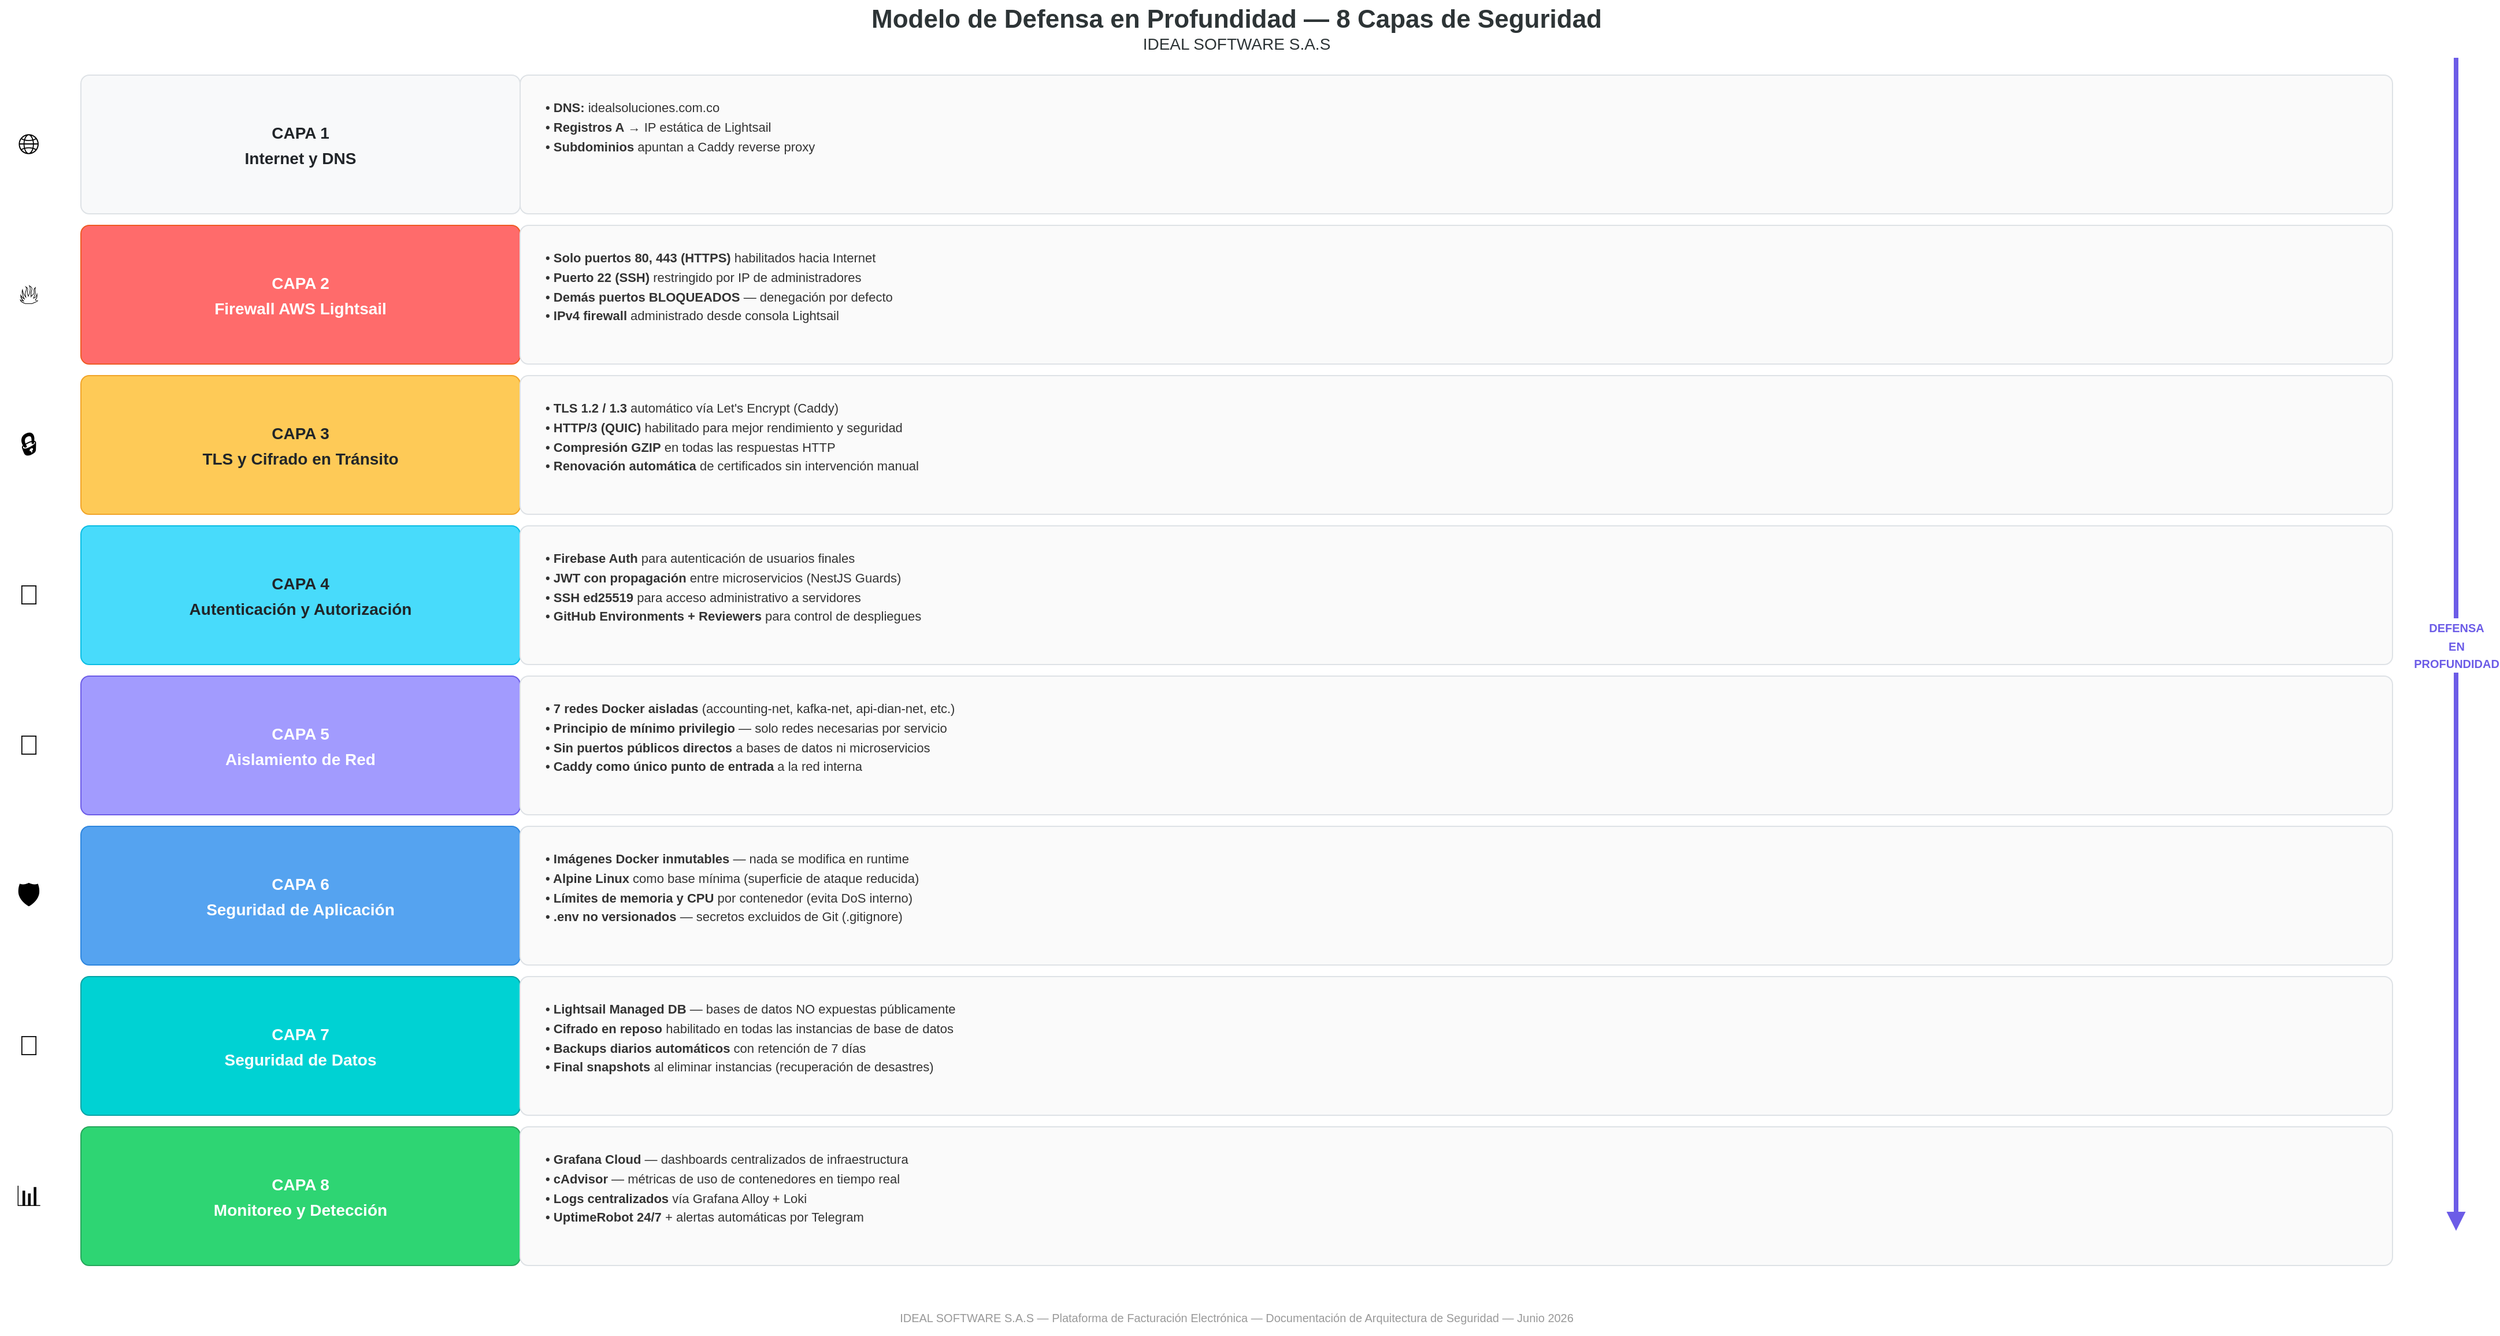
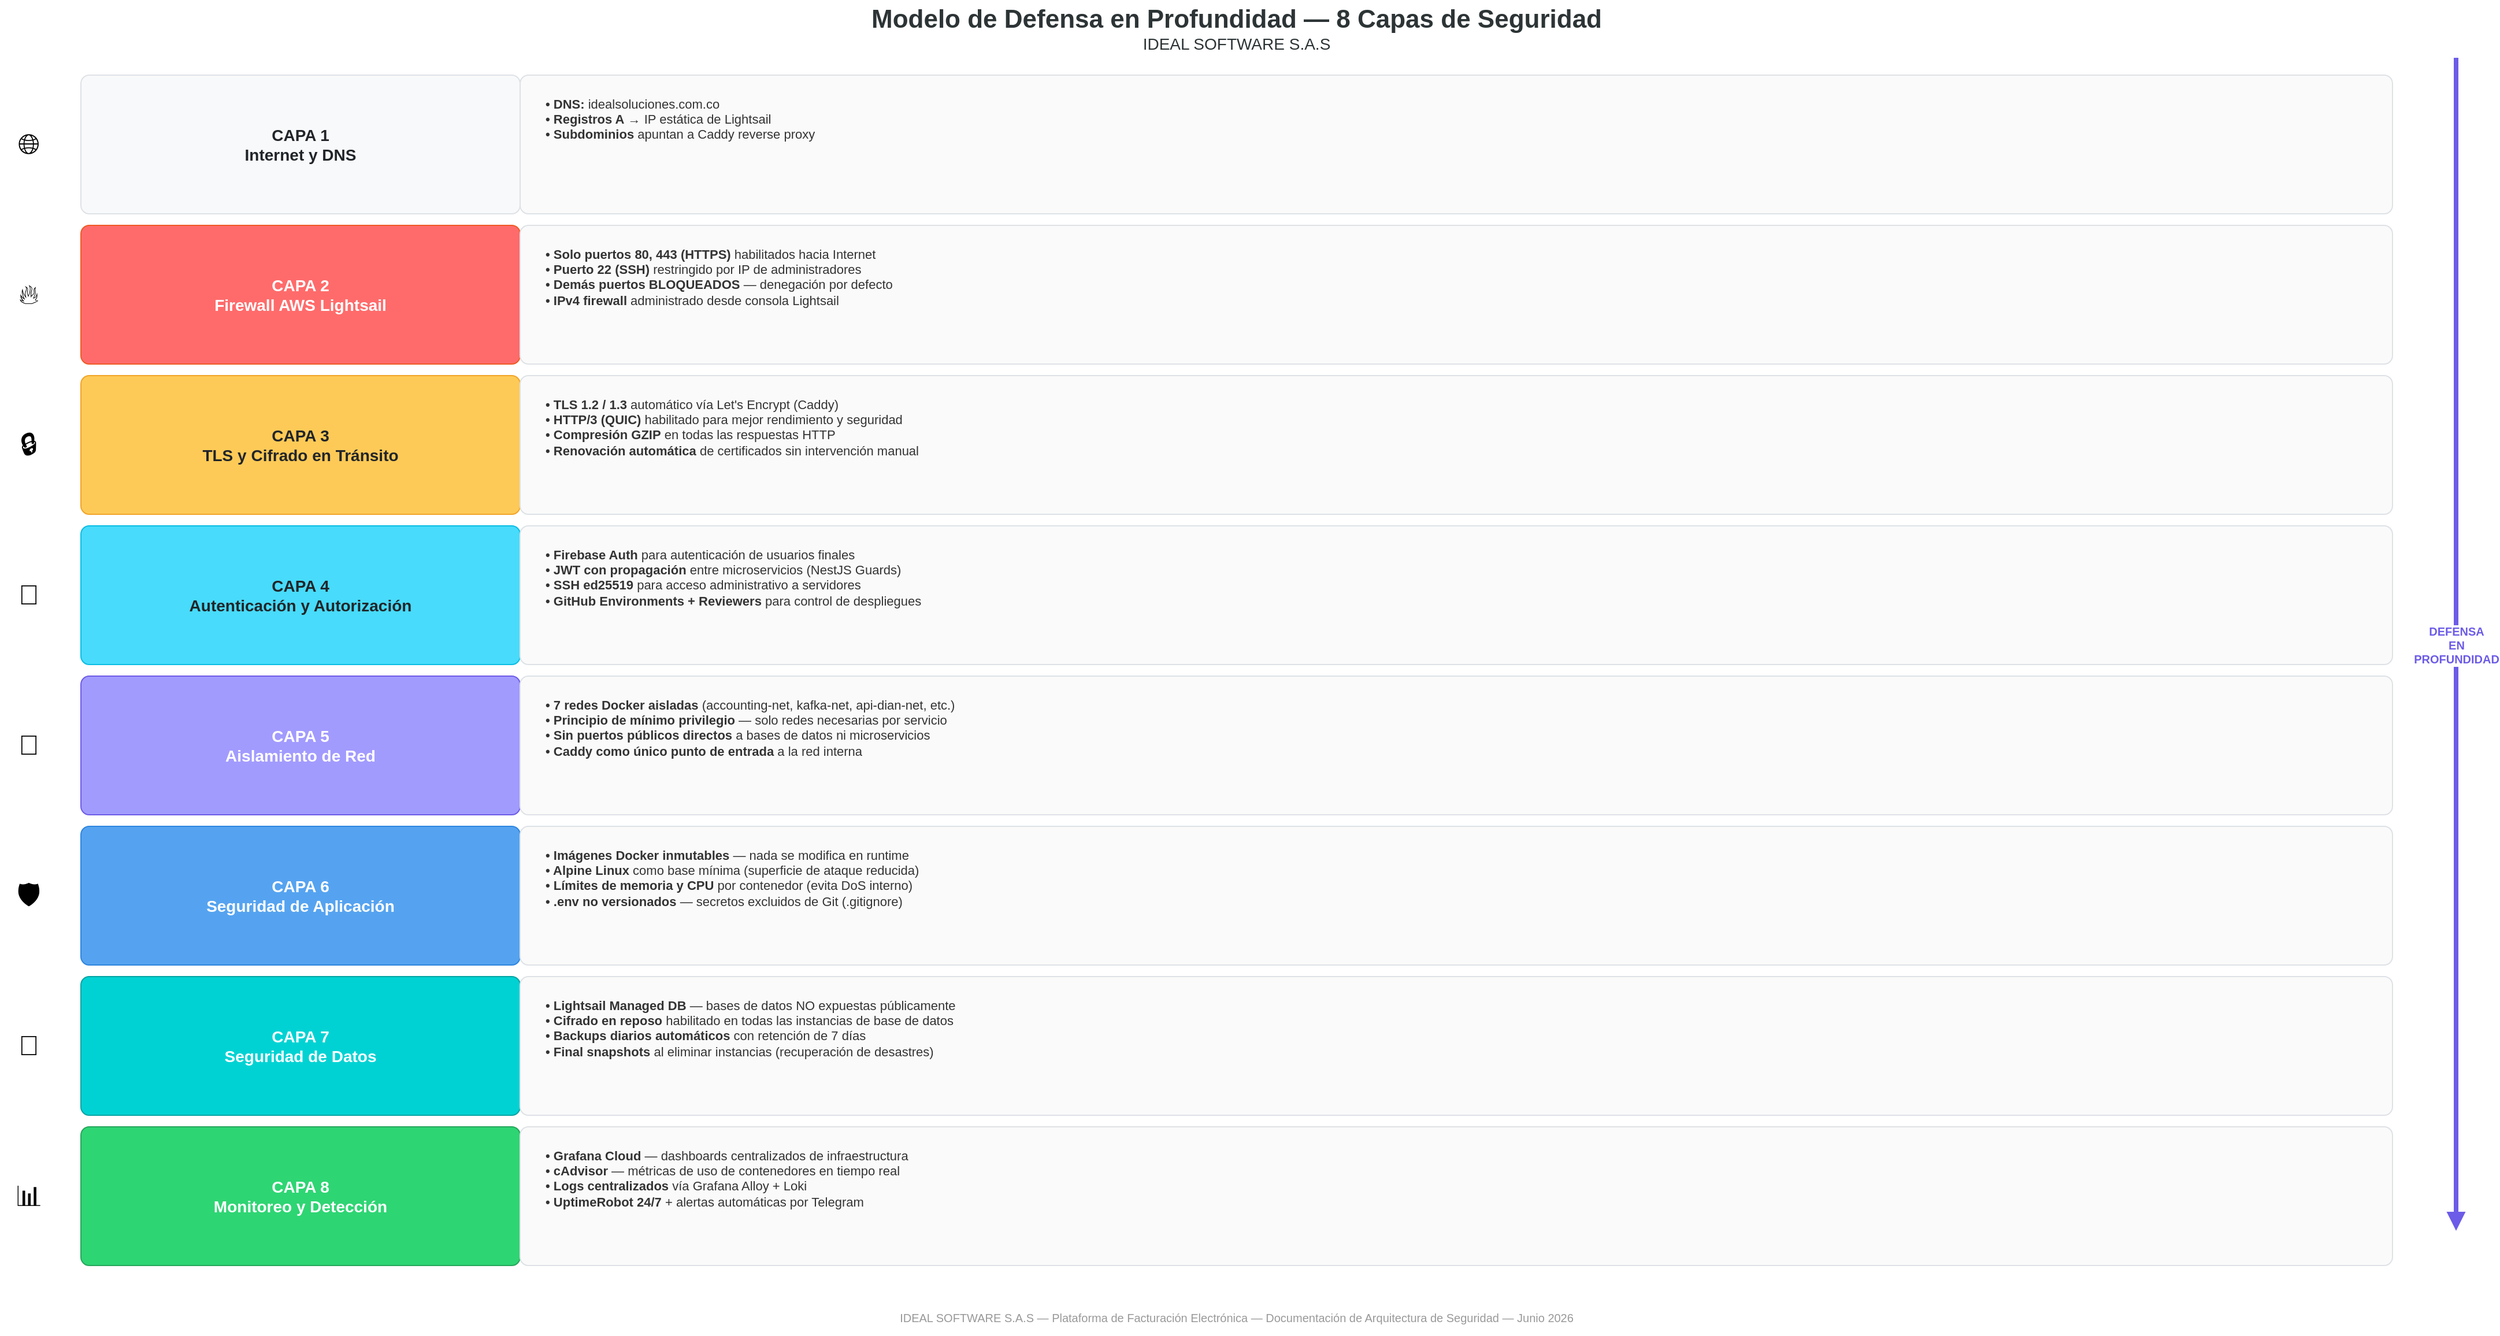
<mxfile host="app.diagrams.net" modified="2026-06-20T00:00:00.000Z" agent="drawio" version="21.0.0">
  <diagram name="Defensa en Profundidad" id="defense-in-depth">
-     <mxGraphModel dx="2200" dy="1800" grid="1" gridSize="10" guides="1" tooltips="1" connect="1" arrows="1" fold="1" page="1" pageScale="1" pageWidth="2860" pageHeight="2340" math="0" shadow="0">
+     <mxGraphModel dx="2200" dy="1800" grid="1" gridSize="10" guides="1" tooltips="1" connect="1" arrows="1" fold="1" page="1" pageScale="1" pageWidth="2200" pageHeight="1800" math="0" shadow="0">
      <root>
        <mxCell id="0" />
        <mxCell id="1" parent="0" />

        <!-- Title -->
        <mxCell id="title" value="&lt;font style=&quot;font-size: 22px;&quot;&gt;&lt;b&gt;Modelo de Defensa en Profundidad — 8 Capas de Seguridad&lt;/b&gt;&lt;/font&gt;&lt;br&gt;&lt;font style=&quot;font-size: 14px;&quot;&gt;IDEAL SOFTWARE S.A.S&lt;/font&gt;" style="text;html=1;strokeColor=none;fillColor=none;align=center;verticalAlign=middle;whiteSpace=wrap;fontColor=#2d3436;" vertex="1" parent="1">
          <mxGeometry x="110" y="15" width="2000" height="50" as="geometry" />
        </mxCell>

        <!-- Layer 1: Internet y DNS -->
-         <mxCell id="l1-left" value="&lt;font style=&quot;font-size: 14px;&quot;&gt;&lt;b&gt;CAPA 1&lt;/b&gt;&lt;br&gt;Internet y DNS&lt;/font&gt;" style="rounded=1;whiteSpace=wrap;html=1;fillColor=#f8f9fa;strokeColor=#dee2e6;fontColor=#212529;fontSize=18;fontStyle=1;arcSize=6;align=center;verticalAlign=middle;" vertex="1" parent="1">
+         <mxCell id="l1-left" value="&lt;font style=&quot;font-size: 14px;&quot;&gt;&lt;b&gt;CAPA 1&lt;/b&gt;&lt;br&gt;Internet y DNS&lt;/font&gt;" style="rounded=1;whiteSpace=wrap;html=1;fillColor=#f8f9fa;strokeColor=#dee2e6;fontColor=#212529;fontSize=14;fontStyle=1;arcSize=6;align=center;verticalAlign=middle;" vertex="1" parent="1">
          <mxGeometry x="110" y="80" width="380" height="120" as="geometry" />
        </mxCell>
-         <mxCell id="l1-right" value="&lt;font style=&quot;font-size: 11px;&quot;&gt;&lt;b&gt;• DNS:&lt;/b&gt; idealsoluciones.com.co&lt;br&gt;&lt;b&gt;• Registros A&lt;/b&gt; → IP estática de Lightsail&lt;br&gt;&lt;b&gt;• Subdominios&lt;/b&gt; apuntan a Caddy reverse proxy&lt;/font&gt;" style="rounded=1;whiteSpace=wrap;html=1;fillColor=#FAFAFA;strokeColor=#dee2e6;fontColor=#333333;fontSize=14;arcSize=6;align=left;verticalAlign=top;spacingLeft=20;spacingTop=12;" vertex="1" parent="1">
+         <mxCell id="l1-right" value="&lt;font style=&quot;font-size: 11px;&quot;&gt;&lt;b&gt;• DNS:&lt;/b&gt; idealsoluciones.com.co&lt;br&gt;&lt;b&gt;• Registros A&lt;/b&gt; → IP estática de Lightsail&lt;br&gt;&lt;b&gt;• Subdominios&lt;/b&gt; apuntan a Caddy reverse proxy&lt;/font&gt;" style="rounded=1;whiteSpace=wrap;html=1;fillColor=#FAFAFA;strokeColor=#dee2e6;fontColor=#333333;fontSize=11;arcSize=6;align=left;verticalAlign=top;spacingLeft=20;spacingTop=12;" vertex="1" parent="1">
          <mxGeometry x="490" y="80" width="1620" height="120" as="geometry" />
        </mxCell>

        <!-- Layer 2: Firewall AWS Lightsail -->
-         <mxCell id="l2-left" value="&lt;font style=&quot;font-size: 14px;&quot;&gt;&lt;b&gt;CAPA 2&lt;/b&gt;&lt;br&gt;Firewall AWS Lightsail&lt;/font&gt;" style="rounded=1;whiteSpace=wrap;html=1;fillColor=#ff6b6b;strokeColor=#ee5a24;fontColor=#ffffff;fontSize=18;fontStyle=1;arcSize=6;align=center;verticalAlign=middle;" vertex="1" parent="1">
+         <mxCell id="l2-left" value="&lt;font style=&quot;font-size: 14px;&quot;&gt;&lt;b&gt;CAPA 2&lt;/b&gt;&lt;br&gt;Firewall AWS Lightsail&lt;/font&gt;" style="rounded=1;whiteSpace=wrap;html=1;fillColor=#ff6b6b;strokeColor=#ee5a24;fontColor=#ffffff;fontSize=14;fontStyle=1;arcSize=6;align=center;verticalAlign=middle;" vertex="1" parent="1">
          <mxGeometry x="110" y="210" width="380" height="120" as="geometry" />
        </mxCell>
-         <mxCell id="l2-right" value="&lt;font style=&quot;font-size: 11px;&quot;&gt;&lt;b&gt;• Solo puertos 80, 443 (HTTPS)&lt;/b&gt; habilitados hacia Internet&lt;br&gt;&lt;b&gt;• Puerto 22 (SSH)&lt;/b&gt; restringido por IP de administradores&lt;br&gt;&lt;b&gt;• Demás puertos BLOQUEADOS&lt;/b&gt; — denegación por defecto&lt;br&gt;&lt;b&gt;• IPv4 firewall&lt;/b&gt; administrado desde consola Lightsail&lt;/font&gt;" style="rounded=1;whiteSpace=wrap;html=1;fillColor=#FAFAFA;strokeColor=#dee2e6;fontColor=#333333;fontSize=14;arcSize=6;align=left;verticalAlign=top;spacingLeft=20;spacingTop=12;" vertex="1" parent="1">
+         <mxCell id="l2-right" value="&lt;font style=&quot;font-size: 11px;&quot;&gt;&lt;b&gt;• Solo puertos 80, 443 (HTTPS)&lt;/b&gt; habilitados hacia Internet&lt;br&gt;&lt;b&gt;• Puerto 22 (SSH)&lt;/b&gt; restringido por IP de administradores&lt;br&gt;&lt;b&gt;• Demás puertos BLOQUEADOS&lt;/b&gt; — denegación por defecto&lt;br&gt;&lt;b&gt;• IPv4 firewall&lt;/b&gt; administrado desde consola Lightsail&lt;/font&gt;" style="rounded=1;whiteSpace=wrap;html=1;fillColor=#FAFAFA;strokeColor=#dee2e6;fontColor=#333333;fontSize=11;arcSize=6;align=left;verticalAlign=top;spacingLeft=20;spacingTop=12;" vertex="1" parent="1">
          <mxGeometry x="490" y="210" width="1620" height="120" as="geometry" />
        </mxCell>

        <!-- Layer 3: TLS y Cifrado en Tránsito -->
-         <mxCell id="l3-left" value="&lt;font style=&quot;font-size: 14px;&quot;&gt;&lt;b&gt;CAPA 3&lt;/b&gt;&lt;br&gt;TLS y Cifrado en Tránsito&lt;/font&gt;" style="rounded=1;whiteSpace=wrap;html=1;fillColor=#feca57;strokeColor=#f1a428;fontColor=#212529;fontSize=18;fontStyle=1;arcSize=6;align=center;verticalAlign=middle;" vertex="1" parent="1">
+         <mxCell id="l3-left" value="&lt;font style=&quot;font-size: 14px;&quot;&gt;&lt;b&gt;CAPA 3&lt;/b&gt;&lt;br&gt;TLS y Cifrado en Tránsito&lt;/font&gt;" style="rounded=1;whiteSpace=wrap;html=1;fillColor=#feca57;strokeColor=#f1a428;fontColor=#212529;fontSize=14;fontStyle=1;arcSize=6;align=center;verticalAlign=middle;" vertex="1" parent="1">
          <mxGeometry x="110" y="340" width="380" height="120" as="geometry" />
        </mxCell>
-         <mxCell id="l3-right" value="&lt;font style=&quot;font-size: 11px;&quot;&gt;&lt;b&gt;• TLS 1.2 / 1.3&lt;/b&gt; automático vía Let's Encrypt (Caddy)&lt;br&gt;&lt;b&gt;• HTTP/3 (QUIC)&lt;/b&gt; habilitado para mejor rendimiento y seguridad&lt;br&gt;&lt;b&gt;• Compresión GZIP&lt;/b&gt; en todas las respuestas HTTP&lt;br&gt;&lt;b&gt;• Renovación automática&lt;/b&gt; de certificados sin intervención manual&lt;/font&gt;" style="rounded=1;whiteSpace=wrap;html=1;fillColor=#FAFAFA;strokeColor=#dee2e6;fontColor=#333333;fontSize=14;arcSize=6;align=left;verticalAlign=top;spacingLeft=20;spacingTop=12;" vertex="1" parent="1">
+         <mxCell id="l3-right" value="&lt;font style=&quot;font-size: 11px;&quot;&gt;&lt;b&gt;• TLS 1.2 / 1.3&lt;/b&gt; automático vía Let's Encrypt (Caddy)&lt;br&gt;&lt;b&gt;• HTTP/3 (QUIC)&lt;/b&gt; habilitado para mejor rendimiento y seguridad&lt;br&gt;&lt;b&gt;• Compresión GZIP&lt;/b&gt; en todas las respuestas HTTP&lt;br&gt;&lt;b&gt;• Renovación automática&lt;/b&gt; de certificados sin intervención manual&lt;/font&gt;" style="rounded=1;whiteSpace=wrap;html=1;fillColor=#FAFAFA;strokeColor=#dee2e6;fontColor=#333333;fontSize=11;arcSize=6;align=left;verticalAlign=top;spacingLeft=20;spacingTop=12;" vertex="1" parent="1">
          <mxGeometry x="490" y="340" width="1620" height="120" as="geometry" />
        </mxCell>

        <!-- Layer 4: Autenticación y Autorización -->
-         <mxCell id="l4-left" value="&lt;font style=&quot;font-size: 14px;&quot;&gt;&lt;b&gt;CAPA 4&lt;/b&gt;&lt;br&gt;Autenticación y Autorización&lt;/font&gt;" style="rounded=1;whiteSpace=wrap;html=1;fillColor=#48dbfb;strokeColor=#0abde3;fontColor=#212529;fontSize=18;fontStyle=1;arcSize=6;align=center;verticalAlign=middle;" vertex="1" parent="1">
+         <mxCell id="l4-left" value="&lt;font style=&quot;font-size: 14px;&quot;&gt;&lt;b&gt;CAPA 4&lt;/b&gt;&lt;br&gt;Autenticación y Autorización&lt;/font&gt;" style="rounded=1;whiteSpace=wrap;html=1;fillColor=#48dbfb;strokeColor=#0abde3;fontColor=#212529;fontSize=14;fontStyle=1;arcSize=6;align=center;verticalAlign=middle;" vertex="1" parent="1">
          <mxGeometry x="110" y="470" width="380" height="120" as="geometry" />
        </mxCell>
-         <mxCell id="l4-right" value="&lt;font style=&quot;font-size: 11px;&quot;&gt;&lt;b&gt;• Firebase Auth&lt;/b&gt; para autenticación de usuarios finales&lt;br&gt;&lt;b&gt;• JWT con propagación&lt;/b&gt; entre microservicios (NestJS Guards)&lt;br&gt;&lt;b&gt;• SSH ed25519&lt;/b&gt; para acceso administrativo a servidores&lt;br&gt;&lt;b&gt;• GitHub Environments + Reviewers&lt;/b&gt; para control de despliegues&lt;/font&gt;" style="rounded=1;whiteSpace=wrap;html=1;fillColor=#FAFAFA;strokeColor=#dee2e6;fontColor=#333333;fontSize=14;arcSize=6;align=left;verticalAlign=top;spacingLeft=20;spacingTop=12;" vertex="1" parent="1">
+         <mxCell id="l4-right" value="&lt;font style=&quot;font-size: 11px;&quot;&gt;&lt;b&gt;• Firebase Auth&lt;/b&gt; para autenticación de usuarios finales&lt;br&gt;&lt;b&gt;• JWT con propagación&lt;/b&gt; entre microservicios (NestJS Guards)&lt;br&gt;&lt;b&gt;• SSH ed25519&lt;/b&gt; para acceso administrativo a servidores&lt;br&gt;&lt;b&gt;• GitHub Environments + Reviewers&lt;/b&gt; para control de despliegues&lt;/font&gt;" style="rounded=1;whiteSpace=wrap;html=1;fillColor=#FAFAFA;strokeColor=#dee2e6;fontColor=#333333;fontSize=11;arcSize=6;align=left;verticalAlign=top;spacingLeft=20;spacingTop=12;" vertex="1" parent="1">
          <mxGeometry x="490" y="470" width="1620" height="120" as="geometry" />
        </mxCell>

        <!-- Layer 5: Aislamiento de Red -->
-         <mxCell id="l5-left" value="&lt;font style=&quot;font-size: 14px;&quot;&gt;&lt;b&gt;CAPA 5&lt;/b&gt;&lt;br&gt;Aislamiento de Red&lt;/font&gt;" style="rounded=1;whiteSpace=wrap;html=1;fillColor=#a29bfe;strokeColor=#6c5ce7;fontColor=#ffffff;fontSize=18;fontStyle=1;arcSize=6;align=center;verticalAlign=middle;" vertex="1" parent="1">
+         <mxCell id="l5-left" value="&lt;font style=&quot;font-size: 14px;&quot;&gt;&lt;b&gt;CAPA 5&lt;/b&gt;&lt;br&gt;Aislamiento de Red&lt;/font&gt;" style="rounded=1;whiteSpace=wrap;html=1;fillColor=#a29bfe;strokeColor=#6c5ce7;fontColor=#ffffff;fontSize=14;fontStyle=1;arcSize=6;align=center;verticalAlign=middle;" vertex="1" parent="1">
          <mxGeometry x="110" y="600" width="380" height="120" as="geometry" />
        </mxCell>
-         <mxCell id="l5-right" value="&lt;font style=&quot;font-size: 11px;&quot;&gt;&lt;b&gt;• 7 redes Docker aisladas&lt;/b&gt; (accounting-net, kafka-net, api-dian-net, etc.)&lt;br&gt;&lt;b&gt;• Principio de mínimo privilegio&lt;/b&gt; — solo redes necesarias por servicio&lt;br&gt;&lt;b&gt;• Sin puertos públicos directos&lt;/b&gt; a bases de datos ni microservicios&lt;br&gt;&lt;b&gt;• Caddy como único punto de entrada&lt;/b&gt; a la red interna&lt;/font&gt;" style="rounded=1;whiteSpace=wrap;html=1;fillColor=#FAFAFA;strokeColor=#dee2e6;fontColor=#333333;fontSize=14;arcSize=6;align=left;verticalAlign=top;spacingLeft=20;spacingTop=12;" vertex="1" parent="1">
+         <mxCell id="l5-right" value="&lt;font style=&quot;font-size: 11px;&quot;&gt;&lt;b&gt;• 7 redes Docker aisladas&lt;/b&gt; (accounting-net, kafka-net, api-dian-net, etc.)&lt;br&gt;&lt;b&gt;• Principio de mínimo privilegio&lt;/b&gt; — solo redes necesarias por servicio&lt;br&gt;&lt;b&gt;• Sin puertos públicos directos&lt;/b&gt; a bases de datos ni microservicios&lt;br&gt;&lt;b&gt;• Caddy como único punto de entrada&lt;/b&gt; a la red interna&lt;/font&gt;" style="rounded=1;whiteSpace=wrap;html=1;fillColor=#FAFAFA;strokeColor=#dee2e6;fontColor=#333333;fontSize=11;arcSize=6;align=left;verticalAlign=top;spacingLeft=20;spacingTop=12;" vertex="1" parent="1">
          <mxGeometry x="490" y="600" width="1620" height="120" as="geometry" />
        </mxCell>

        <!-- Layer 6: Seguridad de Aplicación -->
-         <mxCell id="l6-left" value="&lt;font style=&quot;font-size: 14px;&quot;&gt;&lt;b&gt;CAPA 6&lt;/b&gt;&lt;br&gt;Seguridad de Aplicación&lt;/font&gt;" style="rounded=1;whiteSpace=wrap;html=1;fillColor=#55a3f0;strokeColor=#2e86de;fontColor=#ffffff;fontSize=18;fontStyle=1;arcSize=6;align=center;verticalAlign=middle;" vertex="1" parent="1">
+         <mxCell id="l6-left" value="&lt;font style=&quot;font-size: 14px;&quot;&gt;&lt;b&gt;CAPA 6&lt;/b&gt;&lt;br&gt;Seguridad de Aplicación&lt;/font&gt;" style="rounded=1;whiteSpace=wrap;html=1;fillColor=#55a3f0;strokeColor=#2e86de;fontColor=#ffffff;fontSize=14;fontStyle=1;arcSize=6;align=center;verticalAlign=middle;" vertex="1" parent="1">
          <mxGeometry x="110" y="730" width="380" height="120" as="geometry" />
        </mxCell>
-         <mxCell id="l6-right" value="&lt;font style=&quot;font-size: 11px;&quot;&gt;&lt;b&gt;• Imágenes Docker inmutables&lt;/b&gt; — nada se modifica en runtime&lt;br&gt;&lt;b&gt;• Alpine Linux&lt;/b&gt; como base mínima (superficie de ataque reducida)&lt;br&gt;&lt;b&gt;• Límites de memoria y CPU&lt;/b&gt; por contenedor (evita DoS interno)&lt;br&gt;&lt;b&gt;• .env no versionados&lt;/b&gt; — secretos excluidos de Git (.gitignore)&lt;/font&gt;" style="rounded=1;whiteSpace=wrap;html=1;fillColor=#FAFAFA;strokeColor=#dee2e6;fontColor=#333333;fontSize=14;arcSize=6;align=left;verticalAlign=top;spacingLeft=20;spacingTop=12;" vertex="1" parent="1">
+         <mxCell id="l6-right" value="&lt;font style=&quot;font-size: 11px;&quot;&gt;&lt;b&gt;• Imágenes Docker inmutables&lt;/b&gt; — nada se modifica en runtime&lt;br&gt;&lt;b&gt;• Alpine Linux&lt;/b&gt; como base mínima (superficie de ataque reducida)&lt;br&gt;&lt;b&gt;• Límites de memoria y CPU&lt;/b&gt; por contenedor (evita DoS interno)&lt;br&gt;&lt;b&gt;• .env no versionados&lt;/b&gt; — secretos excluidos de Git (.gitignore)&lt;/font&gt;" style="rounded=1;whiteSpace=wrap;html=1;fillColor=#FAFAFA;strokeColor=#dee2e6;fontColor=#333333;fontSize=11;arcSize=6;align=left;verticalAlign=top;spacingLeft=20;spacingTop=12;" vertex="1" parent="1">
          <mxGeometry x="490" y="730" width="1620" height="120" as="geometry" />
        </mxCell>

        <!-- Layer 7: Seguridad de Datos -->
-         <mxCell id="l7-left" value="&lt;font style=&quot;font-size: 14px;&quot;&gt;&lt;b&gt;CAPA 7&lt;/b&gt;&lt;br&gt;Seguridad de Datos&lt;/font&gt;" style="rounded=1;whiteSpace=wrap;html=1;fillColor=#00d2d3;strokeColor=#01a3a4;fontColor=#ffffff;fontSize=18;fontStyle=1;arcSize=6;align=center;verticalAlign=middle;" vertex="1" parent="1">
+         <mxCell id="l7-left" value="&lt;font style=&quot;font-size: 14px;&quot;&gt;&lt;b&gt;CAPA 7&lt;/b&gt;&lt;br&gt;Seguridad de Datos&lt;/font&gt;" style="rounded=1;whiteSpace=wrap;html=1;fillColor=#00d2d3;strokeColor=#01a3a4;fontColor=#ffffff;fontSize=14;fontStyle=1;arcSize=6;align=center;verticalAlign=middle;" vertex="1" parent="1">
          <mxGeometry x="110" y="860" width="380" height="120" as="geometry" />
        </mxCell>
-         <mxCell id="l7-right" value="&lt;font style=&quot;font-size: 11px;&quot;&gt;&lt;b&gt;• Lightsail Managed DB&lt;/b&gt; — bases de datos NO expuestas públicamente&lt;br&gt;&lt;b&gt;• Cifrado en reposo&lt;/b&gt; habilitado en todas las instancias de base de datos&lt;br&gt;&lt;b&gt;• Backups diarios automáticos&lt;/b&gt; con retención de 7 días&lt;br&gt;&lt;b&gt;• Final snapshots&lt;/b&gt; al eliminar instancias (recuperación de desastres)&lt;/font&gt;" style="rounded=1;whiteSpace=wrap;html=1;fillColor=#FAFAFA;strokeColor=#dee2e6;fontColor=#333333;fontSize=14;arcSize=6;align=left;verticalAlign=top;spacingLeft=20;spacingTop=12;" vertex="1" parent="1">
+         <mxCell id="l7-right" value="&lt;font style=&quot;font-size: 11px;&quot;&gt;&lt;b&gt;• Lightsail Managed DB&lt;/b&gt; — bases de datos NO expuestas públicamente&lt;br&gt;&lt;b&gt;• Cifrado en reposo&lt;/b&gt; habilitado en todas las instancias de base de datos&lt;br&gt;&lt;b&gt;• Backups diarios automáticos&lt;/b&gt; con retención de 7 días&lt;br&gt;&lt;b&gt;• Final snapshots&lt;/b&gt; al eliminar instancias (recuperación de desastres)&lt;/font&gt;" style="rounded=1;whiteSpace=wrap;html=1;fillColor=#FAFAFA;strokeColor=#dee2e6;fontColor=#333333;fontSize=11;arcSize=6;align=left;verticalAlign=top;spacingLeft=20;spacingTop=12;" vertex="1" parent="1">
          <mxGeometry x="490" y="860" width="1620" height="120" as="geometry" />
        </mxCell>

        <!-- Layer 8: Monitoreo y Detección -->
-         <mxCell id="l8-left" value="&lt;font style=&quot;font-size: 14px;&quot;&gt;&lt;b&gt;CAPA 8&lt;/b&gt;&lt;br&gt;Monitoreo y Detección&lt;/font&gt;" style="rounded=1;whiteSpace=wrap;html=1;fillColor=#2ed573;strokeColor=#26a65b;fontColor=#ffffff;fontSize=18;fontStyle=1;arcSize=6;align=center;verticalAlign=middle;" vertex="1" parent="1">
+         <mxCell id="l8-left" value="&lt;font style=&quot;font-size: 14px;&quot;&gt;&lt;b&gt;CAPA 8&lt;/b&gt;&lt;br&gt;Monitoreo y Detección&lt;/font&gt;" style="rounded=1;whiteSpace=wrap;html=1;fillColor=#2ed573;strokeColor=#26a65b;fontColor=#ffffff;fontSize=14;fontStyle=1;arcSize=6;align=center;verticalAlign=middle;" vertex="1" parent="1">
          <mxGeometry x="110" y="990" width="380" height="120" as="geometry" />
        </mxCell>
-         <mxCell id="l8-right" value="&lt;font style=&quot;font-size: 11px;&quot;&gt;&lt;b&gt;• Grafana Cloud&lt;/b&gt; — dashboards centralizados de infraestructura&lt;br&gt;&lt;b&gt;• cAdvisor&lt;/b&gt; — métricas de uso de contenedores en tiempo real&lt;br&gt;&lt;b&gt;• Logs centralizados&lt;/b&gt; vía Grafana Alloy + Loki&lt;br&gt;&lt;b&gt;• UptimeRobot 24/7&lt;/b&gt; + alertas automáticas por Telegram&lt;/font&gt;" style="rounded=1;whiteSpace=wrap;html=1;fillColor=#FAFAFA;strokeColor=#dee2e6;fontColor=#333333;fontSize=14;arcSize=6;align=left;verticalAlign=top;spacingLeft=20;spacingTop=12;" vertex="1" parent="1">
+         <mxCell id="l8-right" value="&lt;font style=&quot;font-size: 11px;&quot;&gt;&lt;b&gt;• Grafana Cloud&lt;/b&gt; — dashboards centralizados de infraestructura&lt;br&gt;&lt;b&gt;• cAdvisor&lt;/b&gt; — métricas de uso de contenedores en tiempo real&lt;br&gt;&lt;b&gt;• Logs centralizados&lt;/b&gt; vía Grafana Alloy + Loki&lt;br&gt;&lt;b&gt;• UptimeRobot 24/7&lt;/b&gt; + alertas automáticas por Telegram&lt;/font&gt;" style="rounded=1;whiteSpace=wrap;html=1;fillColor=#FAFAFA;strokeColor=#dee2e6;fontColor=#333333;fontSize=11;arcSize=6;align=left;verticalAlign=top;spacingLeft=20;spacingTop=12;" vertex="1" parent="1">
          <mxGeometry x="490" y="990" width="1620" height="120" as="geometry" />
        </mxCell>

        <!-- Curved arrow on the right side -->
        <mxCell id="arrow-guide-top" value="" style="rounded=0;whiteSpace=wrap;html=1;fillColor=none;strokeColor=none;opacity=0;" vertex="1" parent="1">
          <mxGeometry x="2160" y="55" width="10" height="10" as="geometry" />
        </mxCell>
        <mxCell id="arrow-guide-bottom" value="" style="rounded=0;whiteSpace=wrap;html=1;fillColor=none;strokeColor=none;opacity=0;" vertex="1" parent="1">
          <mxGeometry x="2160" y="1080" width="10" height="10" as="geometry" />
        </mxCell>
-         <mxCell id="arrow" value="&lt;font style=&quot;font-size: 10px;&quot; color=&quot;#6c5ce7&quot;&gt;&lt;b&gt;DEFENSA&lt;br&gt;EN&lt;br&gt;PROFUNDIDAD&lt;/b&gt;&lt;/font&gt;" style="edgeStyle=orthogonalEdgeStyle;rounded=1;orthogonalLoop=1;jettySize=auto;html=1;strokeWidth=4;strokeColor=#6c5ce7;curved=1;endArrow=block;endFill=1;fontColor=#6c5ce7;fontSize=13;fontStyle=1;" edge="1" parent="1" source="arrow-guide-top" target="arrow-guide-bottom">
+         <mxCell id="arrow" value="&lt;font style=&quot;font-size: 10px;&quot; color=&quot;#6c5ce7&quot;&gt;&lt;b&gt;DEFENSA&lt;br&gt;EN&lt;br&gt;PROFUNDIDAD&lt;/b&gt;&lt;/font&gt;" style="edgeStyle=orthogonalEdgeStyle;rounded=1;orthogonalLoop=1;jettySize=auto;html=1;strokeWidth=4;strokeColor=#6c5ce7;curved=1;endArrow=block;endFill=1;fontColor=#6c5ce7;fontSize=10;fontStyle=1;" edge="1" parent="1" source="arrow-guide-top" target="arrow-guide-bottom">
          <mxGeometry relative="1" as="geometry" />
        </mxCell>

        <!-- Decorative icon column on the far left -->
        <mxCell id="icon-internet" value="🌐" style="text;html=1;strokeColor=none;fillColor=none;align=center;verticalAlign=middle;whiteSpace=wrap;fontSize=24;" vertex="1" parent="1">
          <mxGeometry x="40" y="110" width="50" height="60" as="geometry" />
        </mxCell>
        <mxCell id="icon-firewall" value="🔥" style="text;html=1;strokeColor=none;fillColor=none;align=center;verticalAlign=middle;whiteSpace=wrap;fontSize=24;" vertex="1" parent="1">
          <mxGeometry x="40" y="240" width="50" height="60" as="geometry" />
        </mxCell>
        <mxCell id="icon-tls" value="🔒" style="text;html=1;strokeColor=none;fillColor=none;align=center;verticalAlign=middle;whiteSpace=wrap;fontSize=24;" vertex="1" parent="1">
          <mxGeometry x="40" y="370" width="50" height="60" as="geometry" />
        </mxCell>
        <mxCell id="icon-auth" value="🔑" style="text;html=1;strokeColor=none;fillColor=none;align=center;verticalAlign=middle;whiteSpace=wrap;fontSize=24;" vertex="1" parent="1">
          <mxGeometry x="40" y="500" width="50" height="60" as="geometry" />
        </mxCell>
        <mxCell id="icon-network" value="🔗" style="text;html=1;strokeColor=none;fillColor=none;align=center;verticalAlign=middle;whiteSpace=wrap;fontSize=24;" vertex="1" parent="1">
          <mxGeometry x="40" y="630" width="50" height="60" as="geometry" />
        </mxCell>
        <mxCell id="icon-app" value="🛡️" style="text;html=1;strokeColor=none;fillColor=none;align=center;verticalAlign=middle;whiteSpace=wrap;fontSize=24;" vertex="1" parent="1">
          <mxGeometry x="40" y="760" width="50" height="60" as="geometry" />
        </mxCell>
        <mxCell id="icon-data" value="💾" style="text;html=1;strokeColor=none;fillColor=none;align=center;verticalAlign=middle;whiteSpace=wrap;fontSize=24;" vertex="1" parent="1">
          <mxGeometry x="40" y="890" width="50" height="60" as="geometry" />
        </mxCell>
        <mxCell id="icon-monitor" value="📊" style="text;html=1;strokeColor=none;fillColor=none;align=center;verticalAlign=middle;whiteSpace=wrap;fontSize=24;" vertex="1" parent="1">
          <mxGeometry x="40" y="1020" width="50" height="60" as="geometry" />
        </mxCell>

        <!-- Footer -->
        <mxCell id="footer" value="&lt;font style=&quot;font-size: 10px;&quot; color=&quot;#999999&quot;&gt;IDEAL SOFTWARE S.A.S — Plataforma de Facturación Electrónica — Documentación de Arquitectura de Seguridad — Junio 2026&lt;/font&gt;" style="text;html=1;strokeColor=none;fillColor=none;align=center;verticalAlign=middle;whiteSpace=wrap;" vertex="1" parent="1">
          <mxGeometry x="110" y="1140" width="2000" height="30" as="geometry" />
        </mxCell>

      </root>
    </mxGraphModel>
  </diagram>
</mxfile>